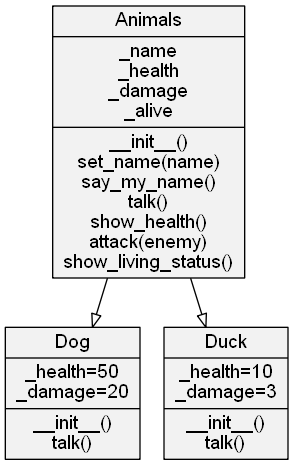
The Graphviz diagram assets/diagrams/png/conceptfull.dot.png in aselvais/PythonOOPexample, before a commit. Its source is kept beside it as assets/diagrams/conceptfull.dot.
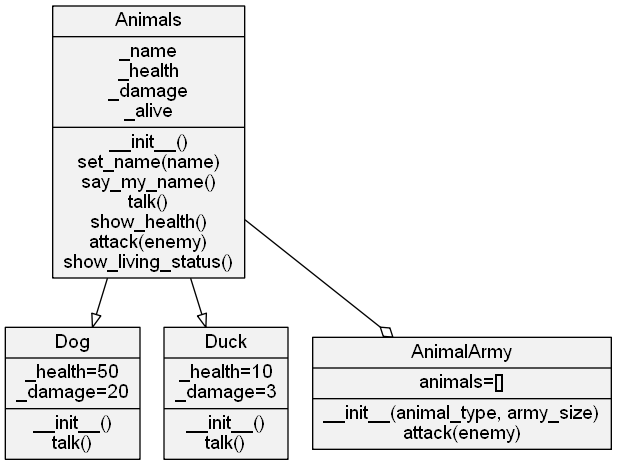
After the change.

Change to the diagram source:
```diff
@@ -7,8 +7,12 @@
     Animals[label="{Animals|_name\n_health\n_damage\n_alive|__init__()\nset_name(name)\nsay_my_name()\ntalk()\nshow_health()\nattack(enemy)\nshow_living_status()}"]
     Dog[label="{Dog|_health=50\n_damage=20|__init__()\ntalk()}"]
     Duck[label="{Duck|_health=10\n_damage=3|__init__()\ntalk()}"]
+    AnimalArmy[label="{AnimalArmy|animals=[]|__init__(animal_type, army_size)\nattack(enemy)}"]
+
+    AnimalArmy -> Animals [constraint=false, arrowtail=odiamond]
 
     Dog -> Animals
     Duck -> Animals
 
+
 }
```
